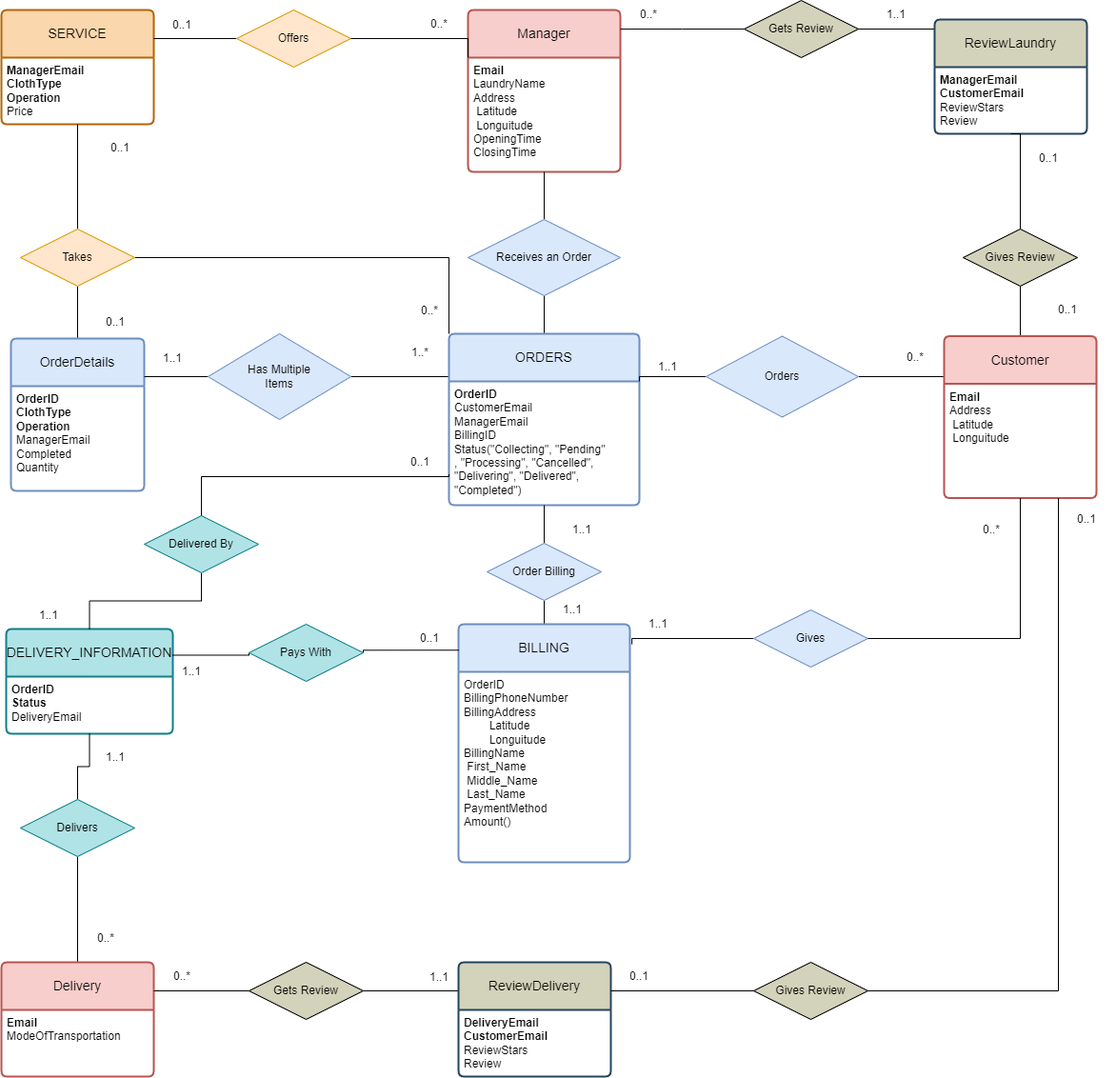
Before: ER Diagrams/Order.drawio.png, a diagram exported from draw.io (LaundryManagementSystem-LMS-IUT/database). Source tidied: cells renumbered, new cells last; positions are measured from the earlier drawing's top-left corner, leaving out a move shared by most shapes.
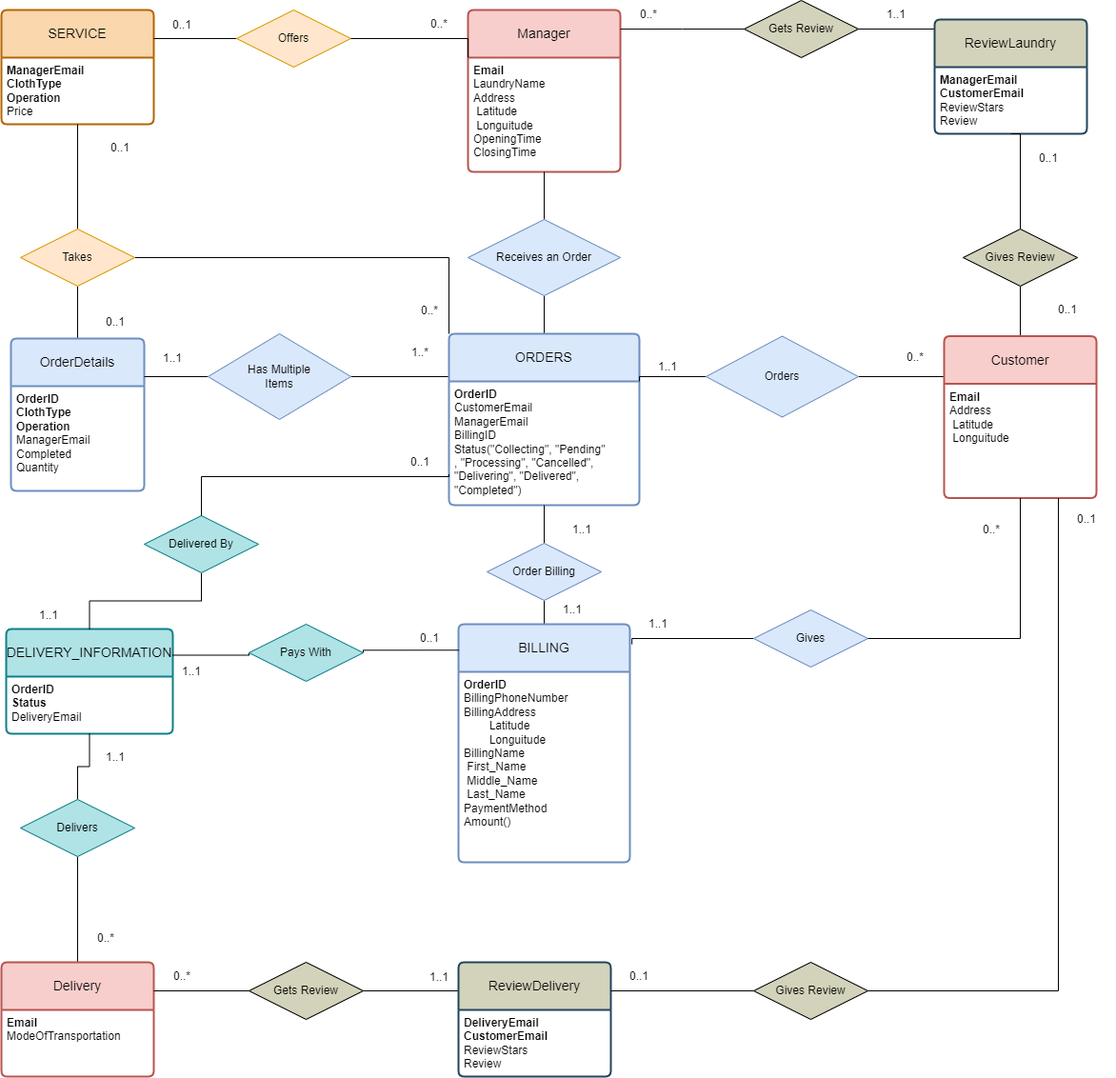
The same file after the commit.

What changed in the source:
```diff
@@ -50,7 +50,7 @@
     <mxCell id="17" value="BILLING" style="swimlane;horizontal=1;startSize=50;rounded=1;fontSize=14;fontStyle=0;strokeWidth=2;shadow=0;dashed=0;align=center;arcSize=4;whiteSpace=wrap;html=1;fillColor=#dae8fc;strokeColor=#6c8ebf;" parent="1" vertex="1">
       <mxGeometry x="480" y="655" width="180" height="250" as="geometry" />
     </mxCell>
-    <mxCell id="18" value="OrderID&lt;br&gt;BillingPhoneNumber&lt;br&gt;BillingAddress&lt;br&gt;&lt;span style=&quot;white-space: pre;&quot;&gt; &lt;span style=&quot;white-space: pre;&quot;&gt;&#9;&lt;/span&gt;&lt;/span&gt;Latitude&lt;br&gt;&lt;span style=&quot;white-space: pre;&quot;&gt; &lt;span style=&quot;white-space: pre;&quot;&gt;&#9;&lt;/span&gt;&lt;/span&gt;Longuitude&lt;br&gt;BillingName&lt;br&gt;&lt;span style=&quot;white-space: pre;&quot;&gt; &lt;/span&gt;First_Name&lt;br&gt;&lt;span style=&quot;white-space: pre;&quot;&gt; &lt;/span&gt;Middle_Name&lt;br&gt;&lt;span style=&quot;white-space: pre;&quot;&gt; &lt;/span&gt;Last_Name&lt;br&gt;PaymentMethod&lt;br&gt;Amount()" style="align=left;strokeColor=none;fillColor=none;spacingLeft=4;fontSize=12;verticalAlign=top;html=1;" parent="17" vertex="1">
+    <mxCell id="18" value="&lt;b&gt;OrderID&lt;/b&gt;&lt;br&gt;BillingPhoneNumber&lt;br&gt;BillingAddress&lt;br&gt;&lt;span style=&quot;white-space: pre;&quot;&gt; &lt;span style=&quot;white-space: pre;&quot;&gt;&#9;&lt;/span&gt;&lt;/span&gt;Latitude&lt;br&gt;&lt;span style=&quot;white-space: pre;&quot;&gt; &lt;span style=&quot;white-space: pre;&quot;&gt;&#9;&lt;/span&gt;&lt;/span&gt;Longuitude&lt;br&gt;BillingName&lt;br&gt;&lt;span style=&quot;white-space: pre;&quot;&gt; &lt;/span&gt;First_Name&lt;br&gt;&lt;span style=&quot;white-space: pre;&quot;&gt; &lt;/span&gt;Middle_Name&lt;br&gt;&lt;span style=&quot;white-space: pre;&quot;&gt; &lt;/span&gt;Last_Name&lt;br&gt;PaymentMethod&lt;br&gt;Amount()" style="align=left;strokeColor=none;fillColor=none;spacingLeft=4;fontSize=12;verticalAlign=top;html=1;" parent="17" vertex="1">
       <mxGeometry y="50" width="180" height="200" as="geometry" />
     </mxCell>
     <mxCell id="19" style="edgeStyle=orthogonalEdgeStyle;rounded=0;jettySize=auto;html=1;exitX=0.5;exitY=0;exitDx=0;exitDy=0;entryX=0.5;entryY=1;entryDx=0;entryDy=0;endArrow=none;endFill=0;" parent="1" edge="1" source="20" target="42">
```
